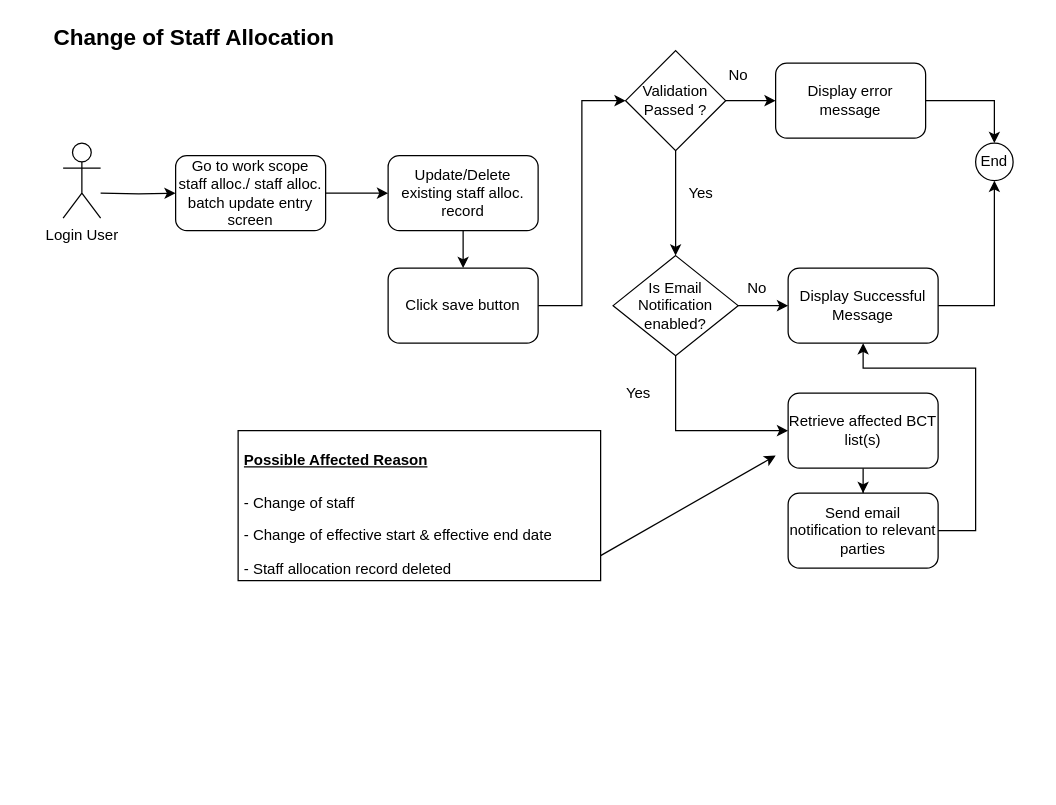
Harbringer666/Harbringer keeps this draw.io diagram as page "Change of Staff Allocation" (16 of 17) of Untitled Diagram.drawio. Above is the earlier version. Source tidied: cells renumbered, new cells numbered last; positions are measured from the earlier drawing's top-left corner, leaving out a move shared by most shapes. Both pictures are drawn from the tidied source at 125%, with x=0, y=0 at pixel (50, 25).
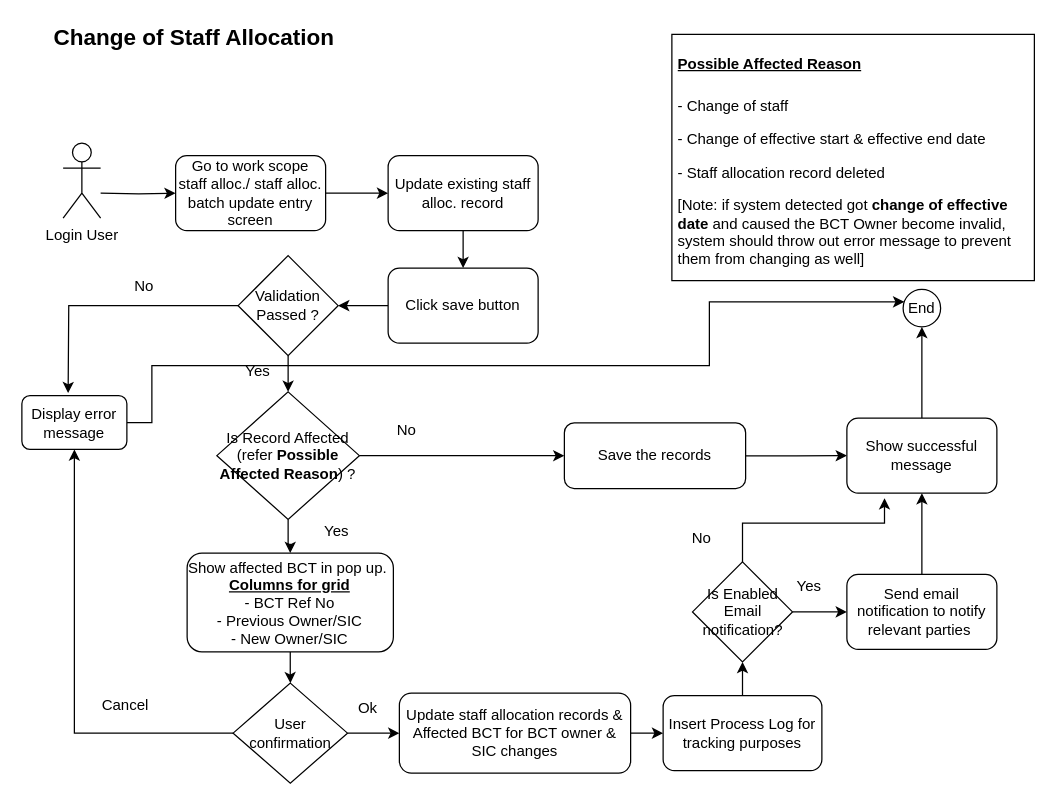
After the change.

Unchanged cells that the change refers to:
```xml
<mxCell id="9" value="Click save button" style="whiteSpace=wrap;html=1;rounded=1;" parent="1" vertex="1">
  <mxGeometry x="270" y="194" width="120" height="60" as="geometry" />
</mxCell>
```

Diff of the diagram source:
```diff
@@
-    <mxCell id="7" value="Update/Delete existing staff alloc. record" style="whiteSpace=wrap;html=1;rounded=1;" parent="1" vertex="1">
+    <mxCell id="7" value="Update existing staff alloc. record" style="whiteSpace=wrap;html=1;rounded=1;" parent="1" vertex="1">
       <mxGeometry x="270" y="104" width="120" height="60" as="geometry" />
     </mxCell>
-    <mxCell id="8" style="edgeStyle=orthogonalEdgeStyle;rounded=0;jettySize=auto;html=1;entryX=0;entryY=0.5;entryDx=0;entryDy=0;" parent="1" edge="1" source="9" target="27">
+    <mxCell id="8" style="edgeStyle=orthogonalEdgeStyle;rounded=0;jettySize=auto;html=1;entryX=1;entryY=0.5;entryDx=0;entryDy=0;" parent="1" edge="1" source="9" target="27">
       <mxGeometry relative="1" as="geometry" />
     </mxCell>
@@
-    <mxCell id="10" style="edgeStyle=orthogonalEdgeStyle;rounded=0;jettySize=auto;html=1;" parent="1" edge="1" source="11" target="20">
-      <mxGeometry relative="1" as="geometry" />
-    </mxCell>
-    <mxCell id="11" value="Retrieve affected BCT list(s)" style="whiteSpace=wrap;html=1;rounded=1;" parent="1" vertex="1">
-      <mxGeometry x="590" y="294" width="120" height="60" as="geometry" />
-    </mxCell>
-    <mxCell id="12" style="edgeStyle=orthogonalEdgeStyle;rounded=0;jettySize=auto;html=1;" parent="1" edge="1" source="14" target="16">
-      <mxGeometry relative="1" as="geometry" />
-    </mxCell>
-    <mxCell id="13" style="edgeStyle=orthogonalEdgeStyle;rounded=0;jettySize=auto;html=1;entryX=0;entryY=0.5;entryDx=0;entryDy=0;" parent="1" edge="1" source="14" target="11">
-      <mxGeometry relative="1" as="geometry">
-        <Array as="points">
-          <mxPoint x="500" y="324" />
-        </Array>
-      </mxGeometry>
-    </mxCell>
+    <mxCell id="32" style="edgeStyle=orthogonalEdgeStyle;rounded=0;jettySize=auto;html=1;" parent="1" edge="1" source="14" target="38">
+      <mxGeometry relative="1" as="geometry" />
+    </mxCell>
+    <mxCell id="33" style="edgeStyle=orthogonalEdgeStyle;rounded=0;jettySize=auto;html=1;" parent="1" edge="1" source="14" target="40">
+      <mxGeometry relative="1" as="geometry" />
+    </mxCell>
-    <mxCell id="14" value="Is Email Notification enabled?" style="rhombus;whiteSpace=wrap;html=1;" parent="1" vertex="1">
-      <mxGeometry x="450" y="184" width="100" height="80" as="geometry" />
+    <mxCell id="14" value="Is Record Affected (refer &lt;b&gt;Possible Affected Reason&lt;/b&gt;) ?" style="rhombus;whiteSpace=wrap;html=1;" parent="1" vertex="1">
+      <mxGeometry x="133" y="293" width="114" height="102" as="geometry" />
     </mxCell>
-    <mxCell id="15" style="edgeStyle=orthogonalEdgeStyle;rounded=0;jettySize=auto;html=1;entryX=0.5;entryY=1;entryDx=0;entryDy=0;" parent="1" edge="1" source="16" target="21">
-      <mxGeometry relative="1" as="geometry" />
-    </mxCell>
-    <mxCell id="16" value="Display Successful Message" style="rounded=1;whiteSpace=wrap;html=1;" parent="1" vertex="1">
-      <mxGeometry x="590" y="194" width="120" height="60" as="geometry" />
-    </mxCell>
-    <mxCell id="17" value="No" style="text;html=1;align=center;verticalAlign=middle;" parent="1" vertex="1">
-      <mxGeometry x="550" y="200" width="30" height="20" as="geometry" />
-    </mxCell>
-    <mxCell id="18" value="Yes" style="text;html=1;align=center;verticalAlign=middle;" parent="1" vertex="1">
-      <mxGeometry x="450" y="284" width="40" height="20" as="geometry" />
-    </mxCell>
-    <mxCell id="19" style="edgeStyle=orthogonalEdgeStyle;rounded=0;jettySize=auto;html=1;entryX=0.5;entryY=1;entryDx=0;entryDy=0;" parent="1" edge="1" source="20" target="16">
-      <mxGeometry relative="1" as="geometry">
-        <Array as="points">
-          <mxPoint x="740" y="404" />
-          <mxPoint x="740" y="274" />
-          <mxPoint x="650" y="274" />
-        </Array>
-      </mxGeometry>
-    </mxCell>
-    <mxCell id="20" value="Send email notification to relevant parties" style="whiteSpace=wrap;html=1;rounded=1;" parent="1" vertex="1">
-      <mxGeometry x="590" y="374" width="120" height="60" as="geometry" />
-    </mxCell>
     <mxCell id="21" value="End" style="ellipse;whiteSpace=wrap;html=1;strokeColor=#000000;" parent="1" vertex="1">
-      <mxGeometry x="740" y="94" width="30" height="30" as="geometry" />
+      <mxGeometry x="682" y="211" width="30" height="30" as="geometry" />
     </mxCell>
-    <mxCell id="22" value="&lt;h1&gt;&lt;font style=&quot;font-size: 12px&quot;&gt;&lt;u&gt;Possible Affected Reason&lt;/u&gt;&lt;/font&gt;&lt;/h1&gt;&lt;p&gt;&lt;font style=&quot;font-size: 12px&quot;&gt;- Change of staff&lt;/font&gt;&lt;/p&gt;&lt;p&gt;&lt;font style=&quot;font-size: 12px&quot;&gt;- Change of effective start &amp;amp; effective end date&lt;/font&gt;&lt;/p&gt;&lt;p&gt;&lt;font style=&quot;font-size: 12px&quot;&gt;- Staff allocation record deleted&lt;/font&gt;&lt;/p&gt;" style="text;html=1;fillColor=none;spacing=5;spacingTop=-20;whiteSpace=wrap;overflow=hidden;rounded=0;strokeColor=#000000;" parent="1" vertex="1">
-      <mxGeometry x="150" y="324" width="290" height="120" as="geometry" />
+    <mxCell id="22" value="&lt;h1&gt;&lt;font style=&quot;font-size: 12px&quot;&gt;&lt;u&gt;Possible Affected Reason&lt;/u&gt;&lt;/font&gt;&lt;/h1&gt;&lt;p&gt;&lt;font style=&quot;font-size: 12px&quot;&gt;- Change of staff&lt;/font&gt;&lt;/p&gt;&lt;p&gt;&lt;font style=&quot;font-size: 12px&quot;&gt;- Change of effective start &amp;amp; effective end date&lt;/font&gt;&lt;/p&gt;&lt;p&gt;&lt;font style=&quot;font-size: 12px&quot;&gt;- Staff allocation record deleted&lt;/font&gt;&lt;/p&gt;&lt;p&gt;&lt;font style=&quot;font-size: 12px&quot;&gt;[Note: if system detected got &lt;b&gt;change of effective date&lt;/b&gt; and caused the BCT Owner become invalid, system should throw out error message to prevent them from changing as well]&lt;/font&gt;&lt;/p&gt;" style="text;html=1;fillColor=none;spacing=5;spacingTop=-20;whiteSpace=wrap;overflow=hidden;rounded=0;strokeColor=#000000;" parent="1" vertex="1">
+      <mxGeometry x="497" y="7" width="290" height="197" as="geometry" />
     </mxCell>
-    <mxCell id="23" style="endArrow=classic;html=1;" parent="1" edge="1">
-      <mxGeometry relative="1" as="geometry">
-        <mxPoint x="440" y="424" as="sourcePoint" />
-        <mxPoint x="580" y="344" as="targetPoint" />
-      </mxGeometry>
-    </mxCell>
@@
-    <mxCell id="25" style="edgeStyle=orthogonalEdgeStyle;rounded=0;jettySize=auto;html=1;" parent="1" edge="1" source="27" target="29">
-      <mxGeometry relative="1" as="geometry" />
-    </mxCell>
@@
+    <mxCell id="34" style="edgeStyle=orthogonalEdgeStyle;rounded=0;jettySize=auto;html=1;" parent="1" edge="1" source="27">
+      <mxGeometry relative="1" as="geometry">
+        <mxPoint x="14" y="294" as="targetPoint" />
+      </mxGeometry>
+    </mxCell>
     <mxCell id="27" value="Validation Passed ?" style="rhombus;whiteSpace=wrap;html=1;strokeColor=#000000;" parent="1" vertex="1">
-      <mxGeometry x="460" y="20" width="80" height="80" as="geometry" />
+      <mxGeometry x="150" y="184" width="80" height="80" as="geometry" />
     </mxCell>
-    <mxCell id="28" style="edgeStyle=orthogonalEdgeStyle;rounded=0;jettySize=auto;html=1;entryX=0.5;entryY=0;entryDx=0;entryDy=0;" parent="1" edge="1" source="29" target="21">
-      <mxGeometry relative="1" as="geometry" />
+    <mxCell id="28" style="edgeStyle=orthogonalEdgeStyle;rounded=0;jettySize=auto;html=1;entryX=0.029;entryY=0.333;entryDx=0;entryDy=0;entryPerimeter=0;" parent="1" edge="1" source="29" target="21">
+      <mxGeometry relative="1" as="geometry">
+        <Array as="points">
+          <mxPoint x="81" y="318" />
+          <mxPoint x="81" y="272" />
+          <mxPoint x="527" y="272" />
+          <mxPoint x="527" y="221" />
+        </Array>
+      </mxGeometry>
     </mxCell>
     <mxCell id="29" value="Display error message" style="rounded=1;whiteSpace=wrap;html=1;strokeColor=#000000;" parent="1" vertex="1">
-      <mxGeometry x="580" y="30" width="120" height="60" as="geometry" />
+      <mxGeometry x="-23" y="296" width="84" height="43" as="geometry" />
     </mxCell>
-    <mxCell id="30" value="No" style="text;html=1;align=center;verticalAlign=middle;" parent="1" vertex="1">
-      <mxGeometry x="535" y="30" width="30" height="20" as="geometry" />
-    </mxCell>
-    <mxCell id="31" value="Yes" style="text;html=1;align=center;verticalAlign=middle;" parent="1" vertex="1">
-      <mxGeometry x="500" y="124" width="40" height="20" as="geometry" />
-    </mxCell>
+    <mxCell id="35" value="No" style="text;html=1;strokeColor=none;fillColor=none;align=center;verticalAlign=middle;whiteSpace=wrap;rounded=0;" parent="1" vertex="1">
+      <mxGeometry x="55" y="199" width="40" height="20" as="geometry" />
+    </mxCell>
+    <mxCell id="36" value="Yes" style="text;html=1;strokeColor=none;fillColor=none;align=center;verticalAlign=middle;whiteSpace=wrap;rounded=0;" parent="1" vertex="1">
+      <mxGeometry x="146" y="267" width="40" height="20" as="geometry" />
+    </mxCell>
+    <mxCell id="37" style="edgeStyle=orthogonalEdgeStyle;rounded=0;jettySize=auto;html=1;" parent="1" edge="1" source="38" target="45">
+      <mxGeometry relative="1" as="geometry" />
+    </mxCell>
+    <mxCell id="38" value="Show affected BCT in pop up.&amp;nbsp;&lt;br&gt;&lt;b&gt;&lt;u&gt;Columns for grid&lt;/u&gt;&lt;/b&gt;&lt;br&gt;- BCT Ref No&lt;br&gt;- Previous Owner/SIC&lt;br&gt;- New Owner/SIC" style="rounded=1;whiteSpace=wrap;html=1;" parent="1" vertex="1">
+      <mxGeometry x="109.2" y="422" width="165" height="79" as="geometry" />
+    </mxCell>
+    <mxCell id="39" style="edgeStyle=orthogonalEdgeStyle;rounded=0;jettySize=auto;html=1;" parent="1" edge="1" source="40" target="47">
+      <mxGeometry relative="1" as="geometry" />
+    </mxCell>
+    <mxCell id="40" value="&lt;span&gt;Save the records&lt;/span&gt;" style="rounded=1;whiteSpace=wrap;html=1;" parent="1" vertex="1">
+      <mxGeometry x="411" y="317.8" width="145" height="52.5" as="geometry" />
+    </mxCell>
+    <mxCell id="41" value="No" style="text;html=1;strokeColor=none;fillColor=none;align=center;verticalAlign=middle;whiteSpace=wrap;rounded=0;" parent="1" vertex="1">
+      <mxGeometry x="265" y="314" width="40" height="20" as="geometry" />
+    </mxCell>
+    <mxCell id="42" value="Yes" style="text;html=1;strokeColor=none;fillColor=none;align=center;verticalAlign=middle;whiteSpace=wrap;rounded=0;" parent="1" vertex="1">
+      <mxGeometry x="209" y="395" width="40" height="20" as="geometry" />
+    </mxCell>
+    <mxCell id="43" style="edgeStyle=orthogonalEdgeStyle;rounded=0;jettySize=auto;html=1;" parent="1" edge="1" source="45" target="49">
+      <mxGeometry relative="1" as="geometry" />
+    </mxCell>
+    <mxCell id="44" style="edgeStyle=orthogonalEdgeStyle;rounded=0;jettySize=auto;html=1;entryX=0.5;entryY=1;entryDx=0;entryDy=0;" parent="1" edge="1" source="45" target="29">
+      <mxGeometry relative="1" as="geometry" />
+    </mxCell>
+    <mxCell id="45" value="User confirmation" style="rhombus;whiteSpace=wrap;html=1;" parent="1" vertex="1">
+      <mxGeometry x="146" y="526" width="91.5" height="80" as="geometry" />
+    </mxCell>
+    <mxCell id="46" style="edgeStyle=orthogonalEdgeStyle;rounded=0;jettySize=auto;html=1;" parent="1" edge="1" source="47" target="21">
+      <mxGeometry relative="1" as="geometry" />
+    </mxCell>
+    <mxCell id="47" value="Show successful message" style="whiteSpace=wrap;html=1;rounded=1;" parent="1" vertex="1">
+      <mxGeometry x="637" y="314" width="120" height="60" as="geometry" />
+    </mxCell>
+    <mxCell id="48" style="edgeStyle=orthogonalEdgeStyle;rounded=0;jettySize=auto;html=1;" parent="1" edge="1" source="49" target="51">
+      <mxGeometry relative="1" as="geometry" />
+    </mxCell>
+    <mxCell id="49" value="Update staff allocation records &amp;amp; Affected BCT for BCT owner &amp;amp; SIC changes" style="rounded=1;whiteSpace=wrap;html=1;" parent="1" vertex="1">
+      <mxGeometry x="279" y="534" width="185" height="64" as="geometry" />
+    </mxCell>
+    <mxCell id="50" style="edgeStyle=orthogonalEdgeStyle;rounded=0;jettySize=auto;html=1;" parent="1" edge="1" source="51" target="56">
+      <mxGeometry relative="1" as="geometry" />
+    </mxCell>
+    <mxCell id="51" value="Insert Process Log for tracking purposes" style="whiteSpace=wrap;html=1;rounded=1;" parent="1" vertex="1">
+      <mxGeometry x="490" y="536" width="127" height="60" as="geometry" />
+    </mxCell>
+    <mxCell id="52" value="Ok" style="text;html=1;strokeColor=none;fillColor=none;align=center;verticalAlign=middle;whiteSpace=wrap;rounded=0;" parent="1" vertex="1">
+      <mxGeometry x="234.2" y="536" width="40" height="20" as="geometry" />
+    </mxCell>
+    <mxCell id="53" value="Cancel" style="text;html=1;strokeColor=none;fillColor=none;align=center;verticalAlign=middle;whiteSpace=wrap;rounded=0;" parent="1" vertex="1">
+      <mxGeometry x="40" y="534" width="40" height="20" as="geometry" />
+    </mxCell>
+    <mxCell id="54" style="edgeStyle=orthogonalEdgeStyle;rounded=0;jettySize=auto;html=1;" parent="1" edge="1" source="56" target="58">
+      <mxGeometry relative="1" as="geometry" />
+    </mxCell>
+    <mxCell id="55" style="edgeStyle=orthogonalEdgeStyle;rounded=0;jettySize=auto;html=1;" parent="1" edge="1" source="56">
+      <mxGeometry relative="1" as="geometry">
+        <mxPoint x="667.1" y="378.1" as="targetPoint" />
+        <Array as="points">
+          <mxPoint x="553" y="398" />
+          <mxPoint x="667" y="398" />
+        </Array>
+      </mxGeometry>
+    </mxCell>
+    <mxCell id="56" value="Is Enabled Email notification?" style="rhombus;whiteSpace=wrap;html=1;" parent="1" vertex="1">
+      <mxGeometry x="513.5" y="429" width="80" height="80" as="geometry" />
+    </mxCell>
+    <mxCell id="57" style="edgeStyle=orthogonalEdgeStyle;rounded=0;jettySize=auto;html=1;" parent="1" edge="1" source="58" target="47">
+      <mxGeometry relative="1" as="geometry" />
+    </mxCell>
+    <mxCell id="58" value="Send email notification to notify relevant parties&amp;nbsp;" style="rounded=1;whiteSpace=wrap;html=1;" parent="1" vertex="1">
+      <mxGeometry x="637" y="439" width="120" height="60" as="geometry" />
+    </mxCell>
+    <mxCell id="59" value="Yes" style="text;html=1;strokeColor=none;fillColor=none;align=center;verticalAlign=middle;whiteSpace=wrap;rounded=0;" parent="1" vertex="1">
+      <mxGeometry x="587" y="439" width="40" height="20" as="geometry" />
+    </mxCell>
+    <mxCell id="60" value="No" style="text;html=1;strokeColor=none;fillColor=none;align=center;verticalAlign=middle;whiteSpace=wrap;rounded=0;" parent="1" vertex="1">
+      <mxGeometry x="501" y="400" width="40" height="20" as="geometry" />
+    </mxCell>
```
